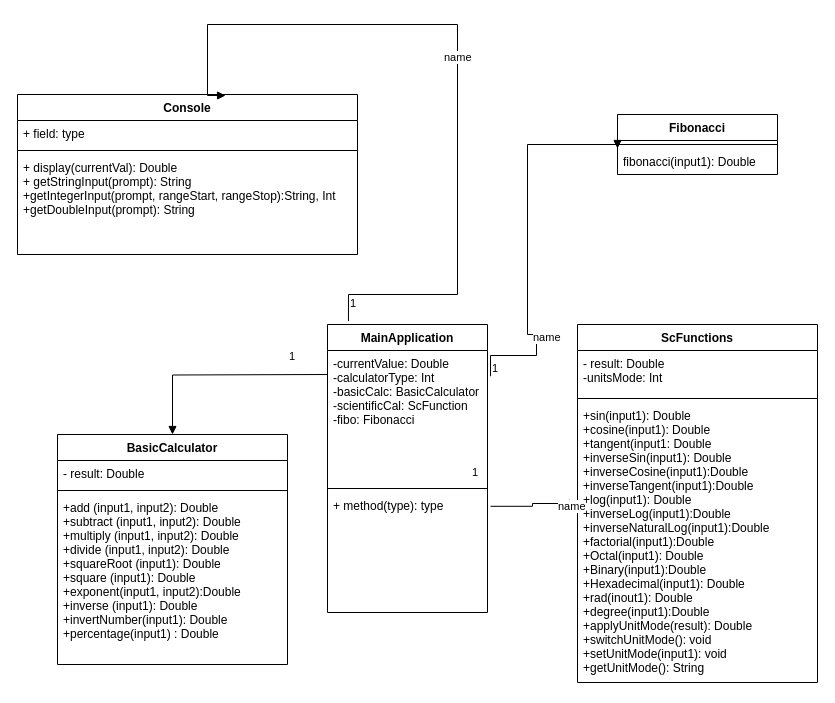
ZipCodeCore/ScientificCalculator keeps this draw.io diagram as Untitled Diagram.drawio. Above is the earlier version. Source tidied: cells renumbered, new cells numbered last; positions are measured from the earlier drawing's top-left corner, leaving out a move shared by most shapes. Both pictures are drawn from the tidied source at 100%, with x=0, y=0 at pixel (17, 24).
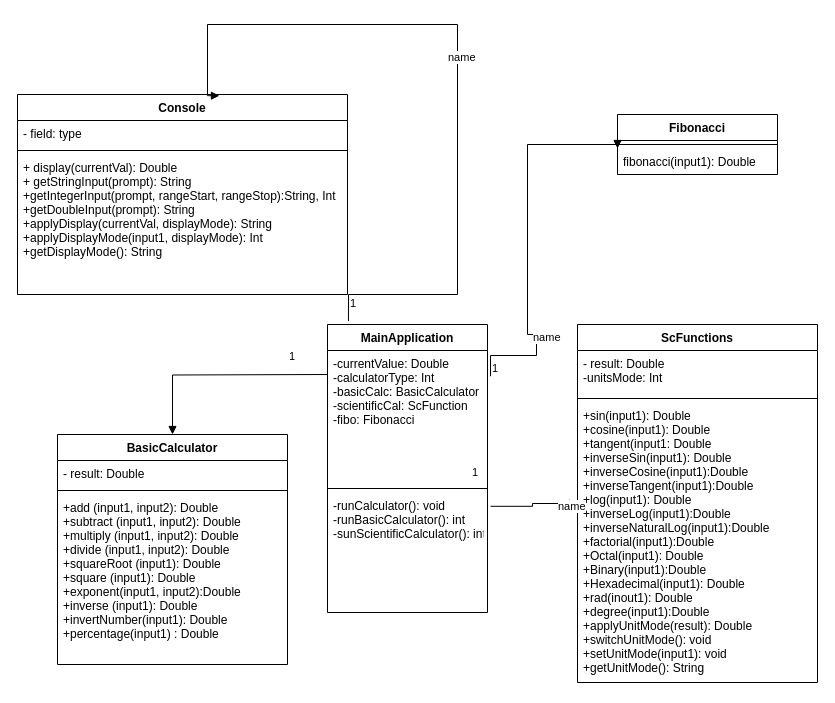
Above is the later version.

Commit message:
added more methods to UML Diagram

Unchanged cells that the change refers to:
```xml
<mxCell id="23" value="MainApplication" style="swimlane;fontStyle=1;align=center;verticalAlign=top;horizontal=1;startSize=26;" parent="1" vertex="1">
  <mxGeometry x="310" y="300" width="160" height="288" as="geometry" />
</mxCell>
```

Diff of the diagram source:
```diff
@@
     <mxCell id="10" value="Console" style="swimlane;fontStyle=1;align=center;verticalAlign=top;horizontal=1;startSize=26;" parent="1" vertex="1">
-      <mxGeometry y="70" width="340" height="160" as="geometry" />
+      <mxGeometry y="70" width="330" height="200" as="geometry" />
     </mxCell>
-    <mxCell id="11" value="+ field: type" style="text;strokeColor=none;fillColor=none;align=left;verticalAlign=top;spacingLeft=4;spacingRight=4;overflow=hidden;" parent="10" vertex="1">
-      <mxGeometry y="26" width="340" height="26" as="geometry" />
+    <mxCell id="11" value="- field: type" style="text;strokeColor=none;fillColor=none;align=left;verticalAlign=top;spacingLeft=4;spacingRight=4;overflow=hidden;" parent="10" vertex="1">
+      <mxGeometry y="26" width="330" height="26" as="geometry" />
     </mxCell>
     <mxCell id="12" style="line;strokeWidth=1;fillColor=none;align=left;verticalAlign=middle;spacingTop=-1;spacingLeft=3;spacingRight=3;labelPosition=right;" parent="10" vertex="1">
-      <mxGeometry y="52" width="340" height="8" as="geometry" />
+      <mxGeometry y="52" width="330" height="8" as="geometry" />
     </mxCell>
-    <mxCell id="13" value="+ display(currentVal): Double&#10;+ getStringInput(prompt): String&#10;+getIntegerInput(prompt, rangeStart, rangeStop):String, Int&#10;+getDoubleInput(prompt): String&#10;&#10;" style="text;strokeColor=none;fillColor=none;align=left;verticalAlign=top;spacingLeft=4;spacingRight=4;overflow=hidden;" parent="10" vertex="1">
-      <mxGeometry y="60" width="340" height="100" as="geometry" />
+    <mxCell id="13" value="+ display(currentVal): Double&#10;+ getStringInput(prompt): String&#10;+getIntegerInput(prompt, rangeStart, rangeStop):String, Int&#10;+getDoubleInput(prompt): String&#10;+applyDisplay(currentVal, displayMode): String&#10;+applyDisplayMode(input1, displayMode): Int&#10;+getDisplayMode(): String&#10;&#10;&#10;" style="text;strokeColor=none;fillColor=none;align=left;verticalAlign=top;spacingLeft=4;spacingRight=4;overflow=hidden;" parent="10" vertex="1">
+      <mxGeometry y="60" width="330" height="140" as="geometry" />
     </mxCell>
@@
-    <mxCell id="26" value="+ method(type): type" style="text;strokeColor=none;fillColor=none;align=left;verticalAlign=top;spacingLeft=4;spacingRight=4;overflow=hidden;points=[[0,0.5],[1,0.5]];portConstraint=eastwest;" parent="23" vertex="1">
+    <mxCell id="26" value="-runCalculator(): void&#10;-runBasicCalculator(): int&#10;-sunScientificCalculator(): int" style="text;strokeColor=none;fillColor=none;align=left;verticalAlign=top;spacingLeft=4;spacingRight=4;overflow=hidden;points=[[0,0.5],[1,0.5]];portConstraint=eastwest;" parent="23" vertex="1">
       <mxGeometry y="168" width="160" height="120" as="geometry" />
     </mxCell>
```
